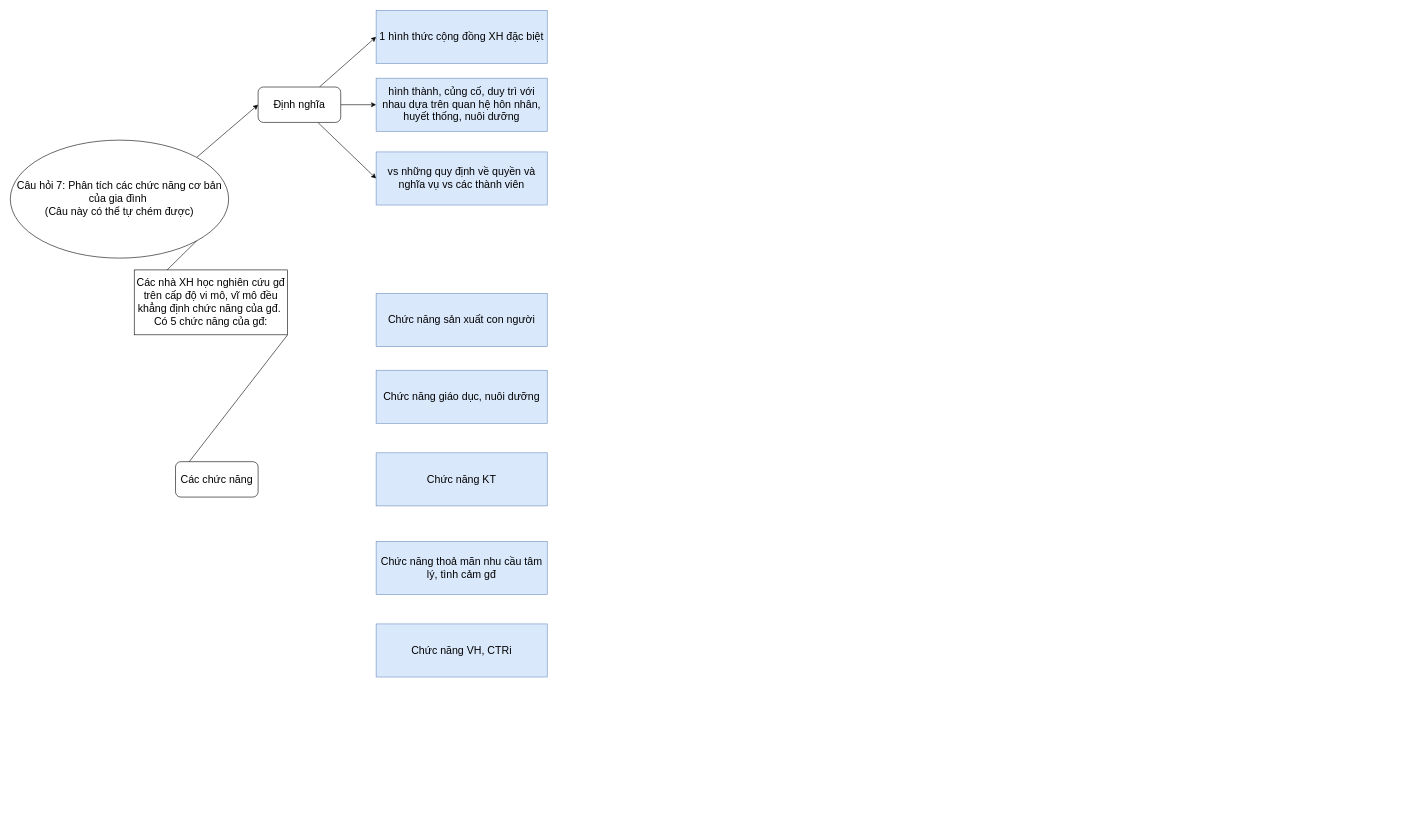
Before: 7CNXHKH.drawio in HARKINGS/UML, a draw.io diagram. Source tidied: cells renumbered, new cells numbered last; positions are measured from the earlier drawing's top-left corner, leaving out a move shared by most shapes. Both pictures are drawn from the tidied source at 59%, with x=0, y=0 at pixel (10, 10).
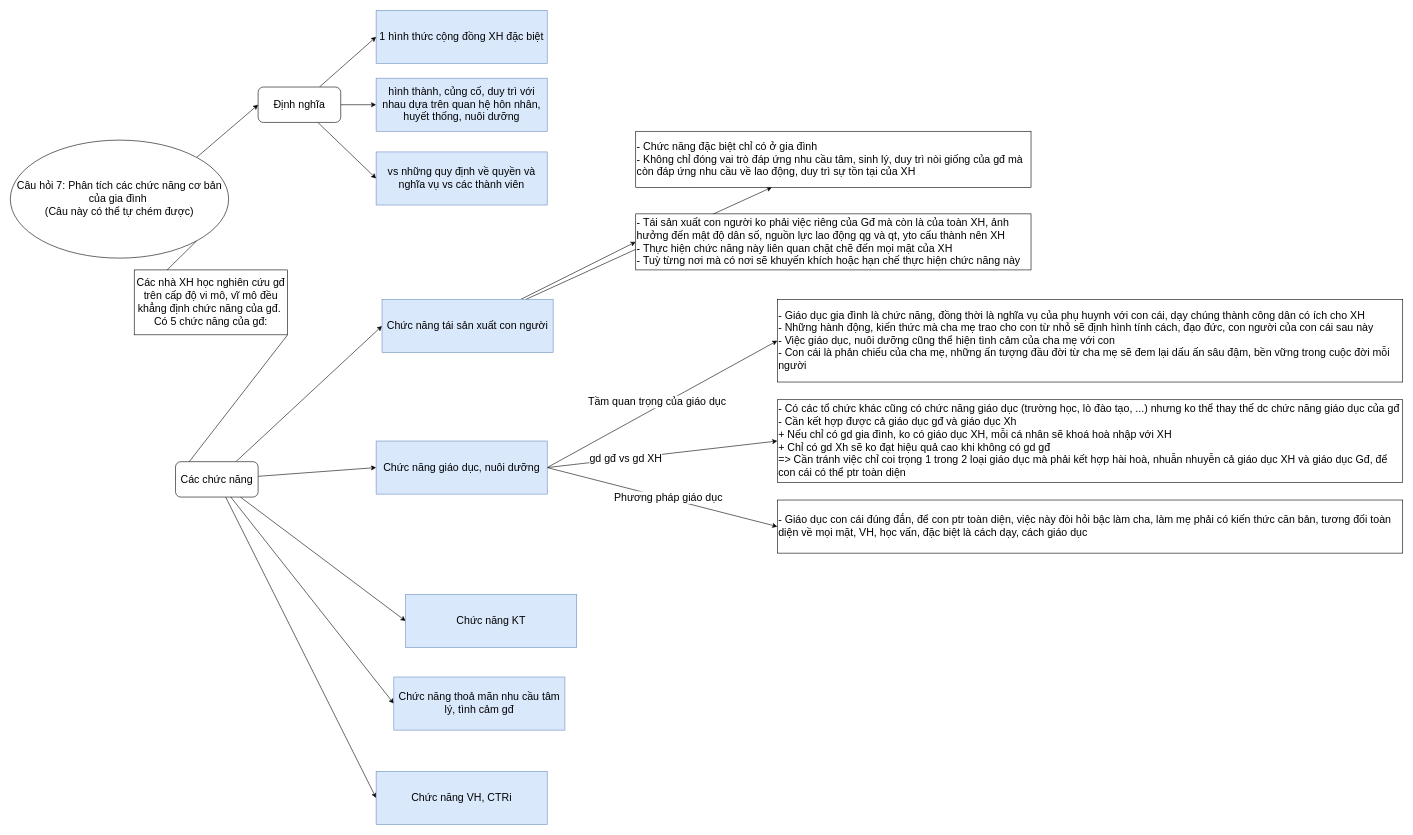
The same page after the edit.

Commit message:
Cập nhật 7CNXHKH.drawio

The change refers to these unchanged cells:
```xml
<mxCell id="4" value="&lt;div&gt;&lt;span&gt;Câu hỏi 7: Phân tích các chức năng cơ bản của gia đình&amp;nbsp;&lt;/span&gt;&lt;/div&gt;&lt;div&gt;&lt;span&gt;(Câu này có thể tự chém được)&lt;/span&gt;&lt;/div&gt;" style="ellipse;whiteSpace=wrap;html=1;fontSize=18;" parent="1" vertex="1">
  <mxGeometry y="220" width="370" height="200" as="geometry" />
</mxCell>
<mxCell id="8" value="&lt;font&gt;Định nghĩa&lt;/font&gt;" style="rounded=1;whiteSpace=wrap;html=1;fontSize=18;" parent="1" vertex="1">
  <mxGeometry x="420" y="130" width="140" height="60" as="geometry" />
</mxCell>
<mxCell id="9" value="&lt;font&gt;Các chức năng&lt;/font&gt;" style="rounded=1;whiteSpace=wrap;html=1;fontSize=18;" parent="1" vertex="1">
  <mxGeometry x="280" y="765" width="140" height="60" as="geometry" />
</mxCell>
<mxCell id="10" value="&lt;font&gt;1 hình thức cộng đồng XH đặc biệt&lt;/font&gt;" style="text;html=1;align=center;verticalAlign=middle;whiteSpace=wrap;rounded=0;fillColor=#dae8fc;strokeColor=#6c8ebf;fontSize=18;" parent="1" vertex="1">
  <mxGeometry x="620" width="290" height="90" as="geometry" />
</mxCell>
<mxCell id="11" value="&lt;font&gt;hình thành, củng cố, duy trì với nhau dựa trên quan hệ hôn nhân, huyết thống, nuôi dưỡng&lt;/font&gt;" style="text;html=1;align=center;verticalAlign=middle;whiteSpace=wrap;rounded=0;fillColor=#dae8fc;strokeColor=#6c8ebf;fontSize=18;" parent="1" vertex="1">
  <mxGeometry x="620" y="115" width="290" height="90" as="geometry" />
</mxCell>
<mxCell id="12" value="vs những quy định về quyền và nghĩa vụ vs các thành viên" style="text;html=1;align=center;verticalAlign=middle;whiteSpace=wrap;rounded=0;fillColor=#dae8fc;strokeColor=#6c8ebf;fontSize=18;" parent="1" vertex="1">
  <mxGeometry x="620" y="240" width="290" height="90" as="geometry" />
</mxCell>
```

The edit, as a diff of the source:
```diff
@@
-    <mxCell id="2" style="rounded=0;jettySize=auto;html=1;exitX=1;exitY=0;exitDx=0;exitDy=0;entryX=0;entryY=0.5;entryDx=0;entryDy=0;" parent="1" edge="1" source="4" target="8">
+    <mxCell id="2" style="rounded=0;jettySize=auto;html=1;exitX=1;exitY=0;exitDx=0;exitDy=0;entryX=0;entryY=0.5;entryDx=0;entryDy=0;fontSize=18;" parent="1" edge="1" source="4" target="8">
       <mxGeometry relative="1" as="geometry" />
     </mxCell>
-    <mxCell id="3" style="rounded=0;jettySize=auto;html=1;exitX=1;exitY=1;exitDx=0;exitDy=0;entryX=0;entryY=0.5;entryDx=0;entryDy=0;" parent="1" edge="1" source="14" target="9">
+    <mxCell id="3" style="rounded=0;jettySize=auto;html=1;exitX=1;exitY=1;exitDx=0;exitDy=0;entryX=0;entryY=0.5;entryDx=0;entryDy=0;fontSize=18;" parent="1" edge="1" source="14" target="9">
       <mxGeometry relative="1" as="geometry" />
     </mxCell>
@@
-    <mxCell id="5" style="edgeStyle=none;rounded=0;jettySize=auto;html=1;entryX=0;entryY=0.5;entryDx=0;entryDy=0;" parent="1" edge="1" source="8" target="10">
+    <mxCell id="5" style="edgeStyle=none;rounded=0;jettySize=auto;html=1;entryX=0;entryY=0.5;entryDx=0;entryDy=0;fontSize=18;" parent="1" edge="1" source="8" target="10">
       <mxGeometry relative="1" as="geometry" />
     </mxCell>
-    <mxCell id="6" style="edgeStyle=none;rounded=0;jettySize=auto;html=1;entryX=0;entryY=0.5;entryDx=0;entryDy=0;" parent="1" edge="1" source="8" target="11">
+    <mxCell id="6" style="edgeStyle=none;rounded=0;jettySize=auto;html=1;entryX=0;entryY=0.5;entryDx=0;entryDy=0;fontSize=18;" parent="1" edge="1" source="8" target="11">
       <mxGeometry relative="1" as="geometry" />
     </mxCell>
-    <mxCell id="7" style="edgeStyle=none;rounded=0;jettySize=auto;html=1;entryX=0;entryY=0.5;entryDx=0;entryDy=0;" parent="1" edge="1" source="8" target="12">
+    <mxCell id="7" style="edgeStyle=none;rounded=0;jettySize=auto;html=1;entryX=0;entryY=0.5;entryDx=0;entryDy=0;fontSize=18;" parent="1" edge="1" source="8" target="12">
       <mxGeometry relative="1" as="geometry" />
     </mxCell>
@@
+    <mxCell id="20" style="edgeStyle=none;rounded=0;jettySize=auto;html=1;entryX=0;entryY=0.5;entryDx=0;entryDy=0;fontSize=18;" parent="1" edge="1" source="9" target="15">
+      <mxGeometry relative="1" as="geometry" />
+    </mxCell>
+    <mxCell id="21" style="edgeStyle=none;rounded=0;jettySize=auto;html=1;entryX=0;entryY=0.5;entryDx=0;entryDy=0;fontSize=18;" parent="1" edge="1" source="9" target="16">
+      <mxGeometry relative="1" as="geometry" />
+    </mxCell>
+    <mxCell id="22" style="edgeStyle=none;rounded=0;jettySize=auto;html=1;entryX=0;entryY=0.5;entryDx=0;entryDy=0;fontSize=18;" parent="1" edge="1" source="9" target="18">
+      <mxGeometry relative="1" as="geometry" />
+    </mxCell>
+    <mxCell id="23" style="edgeStyle=none;rounded=0;jettySize=auto;html=1;entryX=0;entryY=0.5;entryDx=0;entryDy=0;fontSize=18;" parent="1" edge="1" source="9" target="19">
+      <mxGeometry relative="1" as="geometry" />
+    </mxCell>
+    <mxCell id="24" style="edgeStyle=none;rounded=0;jettySize=auto;html=1;entryX=0;entryY=0.5;entryDx=0;entryDy=0;fontSize=18;" parent="1" edge="1" source="9" target="17">
+      <mxGeometry relative="1" as="geometry" />
+    </mxCell>
@@
-    <mxCell id="13" style="rounded=0;jettySize=auto;html=1;exitX=1;exitY=1;exitDx=0;exitDy=0;entryX=0;entryY=0.5;entryDx=0;entryDy=0;" parent="1" edge="1" source="4" target="14">
+    <mxCell id="13" style="rounded=0;jettySize=auto;html=1;exitX=1;exitY=1;exitDx=0;exitDy=0;entryX=0;entryY=0.5;entryDx=0;entryDy=0;fontSize=18;" parent="1" edge="1" source="4" target="14">
       <mxGeometry relative="1" as="geometry" />
     </mxCell>
-    <mxCell id="14" value="&lt;font style=&quot;font-size: 18px;&quot;&gt;Các nhà XH học nghiên cứu gđ trên cấp độ vi mô, vĩ mô đều khẳng định chức năng của gđ.&amp;nbsp; Có 5 chức năng của gđ:&lt;/font&gt;" style="rounded=0;align=center;verticalAlign=middle;whiteSpace=wrap;html=1;" parent="1" vertex="1">
+    <mxCell id="14" value="&lt;font&gt;Các nhà XH học nghiên cứu gđ trên cấp độ vi mô, vĩ mô đều khẳng định chức năng của gđ.&amp;nbsp; Có 5 chức năng của gđ:&lt;/font&gt;" style="rounded=0;align=center;verticalAlign=middle;whiteSpace=wrap;html=1;fontSize=18;" parent="1" vertex="1">
       <mxGeometry x="210" y="440" width="260" height="110" as="geometry" />
     </mxCell>
+    <mxCell id="25" style="edgeStyle=none;rounded=0;jettySize=auto;html=1;fontSize=18;" parent="1" edge="1" source="15" target="33">
+      <mxGeometry relative="1" as="geometry" />
+    </mxCell>
+    <mxCell id="26" style="edgeStyle=none;rounded=0;jettySize=auto;html=1;entryX=0;entryY=0.5;entryDx=0;entryDy=0;fontSize=18;" parent="1" edge="1" source="15" target="34">
+      <mxGeometry relative="1" as="geometry" />
+    </mxCell>
-    <mxCell id="15" value="Chức năng sản xuất con người" style="text;html=1;align=center;verticalAlign=middle;whiteSpace=wrap;rounded=0;fillColor=#dae8fc;strokeColor=#6c8ebf;fontSize=18;" parent="1" vertex="1">
-      <mxGeometry x="620" y="480" width="290" height="90" as="geometry" />
+    <mxCell id="15" value="Chức năng tái sản xuất con người" style="text;html=1;align=center;verticalAlign=middle;whiteSpace=wrap;rounded=0;fillColor=#dae8fc;strokeColor=#6c8ebf;fontSize=18;" parent="1" vertex="1">
+      <mxGeometry x="630" y="490" width="290" height="90" as="geometry" />
     </mxCell>
+    <mxCell id="27" style="edgeStyle=none;rounded=0;jettySize=auto;html=1;exitX=1;exitY=0.5;exitDx=0;exitDy=0;entryX=0;entryY=0.5;entryDx=0;entryDy=0;fontSize=18;" parent="1" edge="1" source="16" target="35">
+      <mxGeometry relative="1" as="geometry" />
+    </mxCell>
+    <mxCell id="28" value="Tầm quan trọng của giáo dục" style="edgeLabel;html=1;align=center;verticalAlign=middle;fontSize=18;" parent="27" vertex="1">
+      <mxGeometry x="-0.03" y="8" relative="1" as="geometry" />
+    </mxCell>
+    <mxCell id="29" style="edgeStyle=none;rounded=0;jettySize=auto;html=1;entryX=0;entryY=0.5;entryDx=0;entryDy=0;fontSize=18;exitX=1;exitY=0.5;exitDx=0;exitDy=0;" parent="1" edge="1" source="16" target="36">
+      <mxGeometry relative="1" as="geometry" />
+    </mxCell>
+    <mxCell id="30" value="gd gđ vs gd XH" style="edgeLabel;html=1;align=center;verticalAlign=middle;fontSize=18;" parent="29" vertex="1">
+      <mxGeometry x="-0.33" relative="1" as="geometry">
+        <mxPoint x="1" as="offset" />
+      </mxGeometry>
+    </mxCell>
+    <mxCell id="31" style="edgeStyle=none;rounded=0;jettySize=auto;html=1;entryX=0;entryY=0.5;entryDx=0;entryDy=0;exitX=1;exitY=0.5;exitDx=0;exitDy=0;" parent="1" edge="1" source="16" target="37">
+      <mxGeometry relative="1" as="geometry" />
+    </mxCell>
+    <mxCell id="32" value="&lt;font style=&quot;font-size: 18px;&quot;&gt;Phương pháp giáo dục&lt;/font&gt;" style="edgeLabel;html=1;align=center;verticalAlign=middle;" parent="31" vertex="1">
+      <mxGeometry x="0.05" y="2" relative="1" as="geometry" />
+    </mxCell>
     <mxCell id="16" value="Chức năng giáo dục, nuôi dưỡng" style="text;html=1;align=center;verticalAlign=middle;whiteSpace=wrap;rounded=0;fillColor=#dae8fc;strokeColor=#6c8ebf;fontSize=18;" parent="1" vertex="1">
-      <mxGeometry x="620" y="610" width="290" height="90" as="geometry" />
+      <mxGeometry x="620" y="730" width="290" height="90" as="geometry" />
     </mxCell>
     <mxCell id="17" value="Chức năng VH, CTRi" style="text;html=1;align=center;verticalAlign=middle;whiteSpace=wrap;rounded=0;fillColor=#dae8fc;strokeColor=#6c8ebf;fontSize=18;" parent="1" vertex="1">
-      <mxGeometry x="620" y="1040" width="290" height="90" as="geometry" />
+      <mxGeometry x="620" y="1290" width="290" height="90" as="geometry" />
     </mxCell>
     <mxCell id="18" value="Chức năng KT" style="text;html=1;align=center;verticalAlign=middle;whiteSpace=wrap;rounded=0;fillColor=#dae8fc;strokeColor=#6c8ebf;fontSize=18;" parent="1" vertex="1">
-      <mxGeometry x="620" y="750" width="290" height="90" as="geometry" />
+      <mxGeometry x="670" y="990" width="290" height="90" as="geometry" />
     </mxCell>
     <mxCell id="19" value="Chức năng thoả mãn nhu cầu tâm lý, tình cảm gđ" style="text;html=1;align=center;verticalAlign=middle;whiteSpace=wrap;rounded=0;fillColor=#dae8fc;strokeColor=#6c8ebf;fontSize=18;" parent="1" vertex="1">
-      <mxGeometry x="620" y="900" width="290" height="90" as="geometry" />
+      <mxGeometry x="650" y="1130" width="290" height="90" as="geometry" />
     </mxCell>
+    <mxCell id="33" value="- Chức năng đặc biệt chỉ có ở gia đình&lt;div&gt;- Không chỉ đóng vai trò đáp ứng nhu cầu tâm, sinh lý, duy trì nòi giống của gđ mà còn đáp ứng nhu cầu về lao động, duy trì sự tồn tại của XH&lt;/div&gt;" style="whiteSpace=wrap;html=1;fontSize=18;rounded=0;align=left;" parent="1" vertex="1">
+      <mxGeometry x="1060" y="205" width="670" height="95" as="geometry" />
+    </mxCell>
+    <mxCell id="34" value="- Tái sản xuất con người ko phải việc riêng của Gđ mà còn là của toàn XH, ảnh hưởng đến mật độ dân số, nguồn lực lao động qg và qt, yto cấu thành nên XH&lt;div&gt;- Thực hiện chức năng này liên quan chặt chẽ đến mọi mặt của XH&lt;/div&gt;&lt;div&gt;- Tuỳ từng nơi mà có nơi sẽ khuyến khích hoặc hạn chế thực hiện chức năng này&lt;/div&gt;" style="whiteSpace=wrap;html=1;fontSize=18;rounded=0;align=left;" parent="1" vertex="1">
+      <mxGeometry x="1060" y="345" width="670" height="95" as="geometry" />
+    </mxCell>
+    <mxCell id="35" value="- Giáo dục gia đình là chức năng, đồng thời là nghĩa vụ của phụ huynh với con cái, dạy chúng thành công dân có ích cho XH&lt;div&gt;- Những hành động, kiến thức mà cha mẹ trao cho con từ nhỏ sẽ định hình tính cách, đạo đức, con người của con cái sau này&lt;/div&gt;&lt;div&gt;- Việc giáo dục, nuôi dưỡng cũng thể hiện tình cảm của cha mẹ với con&amp;nbsp;&lt;/div&gt;&lt;div&gt;- Con cái là phản chiếu của cha mẹ, những ấn tượng đầu đời từ cha mẹ sẽ đem lại dấu ấn sâu đậm, bền vững trong cuộc đời mỗi người&lt;/div&gt;" style="whiteSpace=wrap;html=1;fontSize=18;rounded=0;align=left;" parent="1" vertex="1">
+      <mxGeometry x="1300" y="490" width="1060" height="140" as="geometry" />
+    </mxCell>
+    <mxCell id="36" value="- Có các tổ chức khác cũng có chức năng giáo dục (trường học, lò đào tạo, ...) nhưng ko thể thay thế dc chức năng giáo dục của gđ&lt;div&gt;- Cần kết hợp được cả giáo dục gđ và giáo dục Xh&lt;/div&gt;&lt;div&gt;+ Nếu chỉ có gd gia đình, ko có giáo dục XH, mỗi cá nhân sẽ khoá hoà nhập với XH&lt;/div&gt;&lt;div&gt;+ Chỉ có gd Xh sẽ ko đạt hiệu quả cao khi không có gd gđ&amp;nbsp;&lt;/div&gt;&lt;div&gt;=&amp;gt; Cần tránh việc chỉ coi trọng 1 trong 2 loại giáo dục mà phải kết hợp hài hoà, nhuẫn nhuyễn cả giáo dục XH và giáo dục Gđ, để con cái có thể ptr toàn diện&lt;/div&gt;" style="whiteSpace=wrap;html=1;fontSize=18;rounded=0;align=left;" parent="1" vertex="1">
+      <mxGeometry x="1300" y="660" width="1060" height="140" as="geometry" />
+    </mxCell>
+    <mxCell id="37" value="- Giáo dục con cái đúng đắn, để con ptr toàn diện, việc này đòi hỏi bậc làm cha, làm mẹ phải có kiến thức căn bản, tương đối toàn diện về mọi mặt, VH, học vấn, đặc biệt là cách dạy, cách giáo dục" style="whiteSpace=wrap;html=1;fontSize=18;rounded=0;align=left;" parent="1" vertex="1">
+      <mxGeometry x="1300" y="830" width="1060" height="90" as="geometry" />
+    </mxCell>
```
